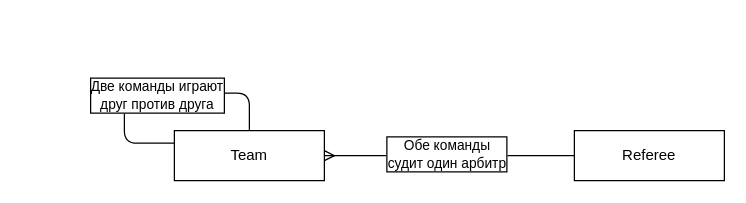
vbelovitsky/BD_B2019_PING_8 keeps this draw.io diagram as Practice 2/Belovitsky/drawio/Task2_2_1.drawio. Above is the earlier version. Source tidied: cells renumbered, new cells numbered last; positions are measured from the earlier drawing's top-left corner, leaving out a move shared by most shapes. Both pictures are drawn from the tidied source at 125%, with x=0, y=0 at pixel (124, 92).
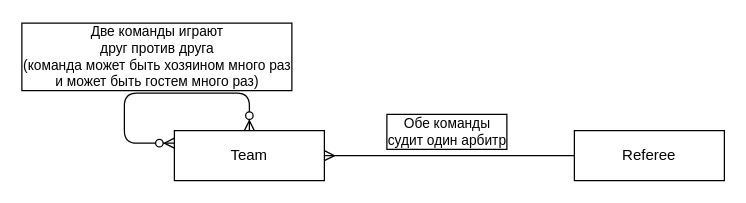
Above is the later version.

Commit message (it also covers changes not shown here):
fix task 2.2: command many to many

Diff of the diagram source:
```diff
@@
 <mxGraphModel>
   <root>
     <mxCell id="0" />
     <mxCell id="1" parent="0" />
     <mxCell id="2" style="edgeStyle=entityRelationEdgeStyle;fontSize=12;html=1;endArrow=ERmany;exitX=0;exitY=0.5;exitDx=0;exitDy=0;entryX=1;entryY=0.5;entryDx=0;entryDy=0;" parent="1" edge="1" source="5" target="4">
       <mxGeometry relative="1" as="geometry" />
     </mxCell>
     <mxCell id="3" value="Обе команды&lt;br&gt;судит один арбитр" style="edgeLabel;html=1;align=center;verticalAlign=middle;labelBorderColor=#000000;" parent="2" vertex="1">
-      <mxGeometry x="0.03" y="-2" relative="1" as="geometry" />
+      <mxGeometry x="0.03" y="-2" relative="1" as="geometry">
+        <mxPoint y="-18" as="offset" />
+      </mxGeometry>
     </mxCell>
     <mxCell id="4" value="Team" style="whiteSpace=wrap;html=1;align=center;" parent="1" vertex="1">
       <mxGeometry x="40" y="30" width="120" height="40" as="geometry" />
     </mxCell>
     <mxCell id="5" value="Referee" style="whiteSpace=wrap;html=1;align=center;" parent="1" vertex="1">
       <mxGeometry x="360" y="30" width="120" height="40" as="geometry" />
     </mxCell>
-    <mxCell id="6" style="endArrow=none;html=1;exitX=0.5;exitY=0;exitDx=0;exitDy=0;entryX=0;entryY=0.25;entryDx=0;entryDy=0;" parent="1" edge="1" source="4" target="4">
+    <mxCell id="6" style="endArrow=ERzeroToMany;html=1;exitX=0.5;exitY=0;exitDx=0;exitDy=0;entryX=0;entryY=0.25;entryDx=0;entryDy=0;startArrow=ERzeroToMany;startFill=1;endFill=1;" parent="1" edge="1" source="4" target="4">
       <mxGeometry relative="1" as="geometry">
         <Array as="points">
           <mxPoint x="100" />
           <mxPoint />
           <mxPoint y="40" />
         </Array>
       </mxGeometry>
     </mxCell>
-    <mxCell id="7" value="Две команды играют&lt;br&gt;друг против друга" style="edgeLabel;html=1;align=center;verticalAlign=middle;labelBorderColor=#000000;" parent="6" vertex="1">
-      <mxGeometry y="1" relative="1" as="geometry" />
+    <mxCell id="7" value="Две команды играют&lt;br&gt;друг против друга&lt;br&gt;(команда может быть хозяином много раз&lt;br&gt;и может быть гостем много раз)" style="edgeLabel;html=1;align=center;verticalAlign=middle;labelBorderColor=#000000;" parent="6" vertex="1">
+      <mxGeometry y="1" relative="1" as="geometry">
+        <mxPoint y="-31" as="offset" />
+      </mxGeometry>
     </mxCell>
   </root>
 </mxGraphModel>
```
